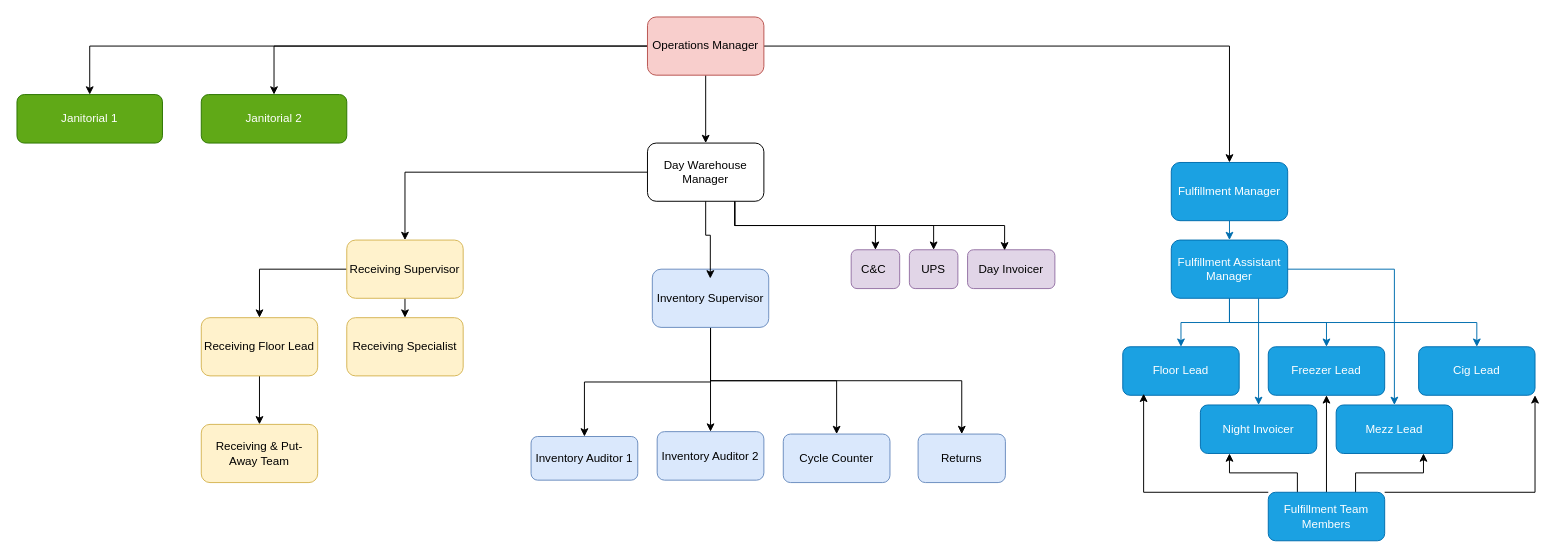
GpBrenden/MyCharts keeps this draw.io diagram as page "MT WH" (3 of 3) of Untitled Diagram.drawio. Above is the earlier version. Source tidied: cells renumbered, new cells numbered last; positions are measured from the earlier drawing's top-left corner, leaving out a move shared by most shapes. Both pictures are drawn from the tidied source at 97%, with x=0, y=0 at pixel (16, 16).
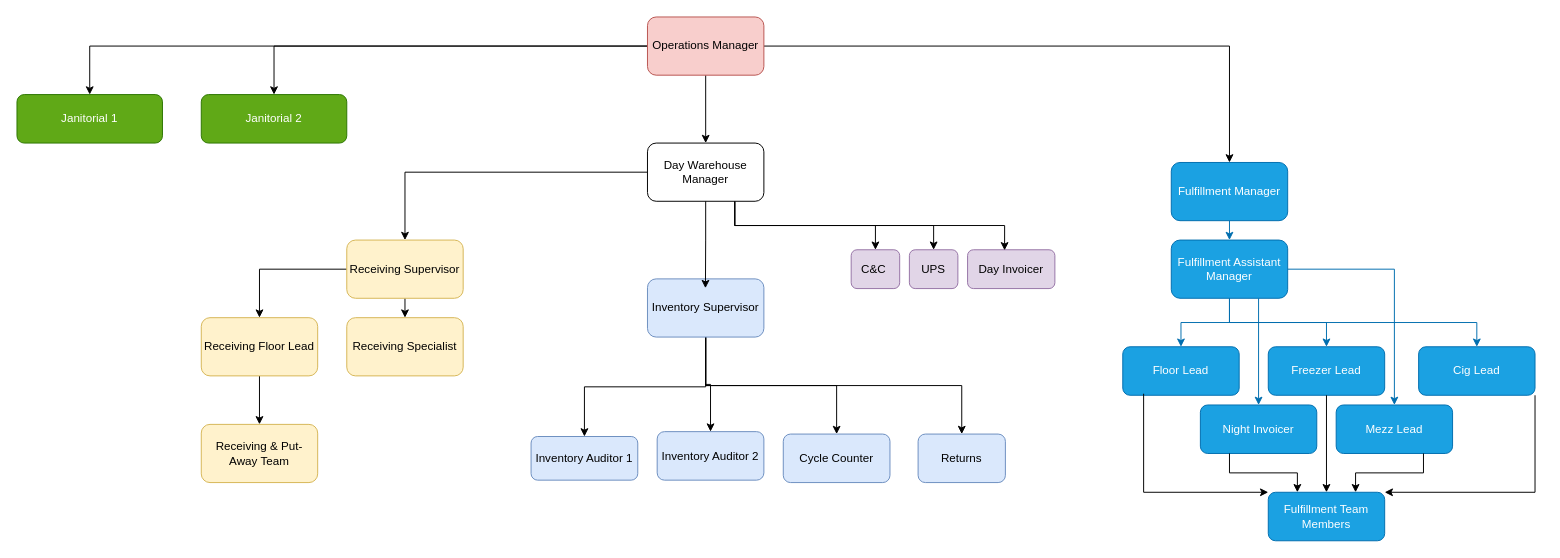
The same diagram, later.

The change refers to these unchanged cells:
```xml
<mxCell id="40" value="Freezer Lead" style="rounded=1;whiteSpace=wrap;html=1;fillColor=#1ba1e2;fontColor=#ffffff;strokeColor=#006EAF;" parent="1" vertex="1">
  <mxGeometry x="1290" y="340" width="120" height="50" as="geometry" />
</mxCell>
<mxCell id="41" value="Night Invoicer" style="rounded=1;whiteSpace=wrap;html=1;fillColor=#1ba1e2;fontColor=#ffffff;strokeColor=#006EAF;" parent="1" vertex="1">
  <mxGeometry x="1220" y="400" width="120" height="50" as="geometry" />
</mxCell>
<mxCell id="42" value="Cig Lead" style="rounded=1;whiteSpace=wrap;html=1;fillColor=#1ba1e2;fontColor=#ffffff;strokeColor=#006EAF;" parent="1" vertex="1">
  <mxGeometry x="1445" y="340" width="120" height="50" as="geometry" />
</mxCell>
<mxCell id="43" value="Floor Lead" style="rounded=1;whiteSpace=wrap;html=1;fillColor=#1ba1e2;fontColor=#ffffff;strokeColor=#006EAF;" parent="1" vertex="1">
  <mxGeometry x="1140" y="340" width="120" height="50" as="geometry" />
</mxCell>
<mxCell id="44" value="Mezz Lead" style="rounded=1;whiteSpace=wrap;html=1;fillColor=#1ba1e2;fontColor=#ffffff;strokeColor=#006EAF;" parent="1" vertex="1">
  <mxGeometry x="1360" y="400" width="120" height="50" as="geometry" />
</mxCell>
<mxCell id="51" value="Fulfillment Team Members" style="rounded=1;whiteSpace=wrap;html=1;fillColor=#1ba1e2;fontColor=#ffffff;strokeColor=#006EAF;" parent="1" vertex="1">
  <mxGeometry x="1290" y="490" width="120" height="50" as="geometry" />
</mxCell>
```

What changed in the source:
```diff
@@
     <mxCell id="18" value="Inventory Supervisor" style="rounded=1;whiteSpace=wrap;html=1;fillColor=#dae8fc;strokeColor=#6c8ebf;" parent="1" vertex="1">
-      <mxGeometry x="655" y="260" width="120" height="60" as="geometry" />
+      <mxGeometry x="650" y="270" width="120" height="60" as="geometry" />
     </mxCell>
@@
-    <mxCell id="47" style="edgeStyle=orthogonalEdgeStyle;rounded=0;jettySize=auto;html=1;exitX=1;exitY=0;exitDx=0;exitDy=0;entryX=1;entryY=1;entryDx=0;entryDy=0;" parent="1" edge="1" source="51" target="42">
+    <mxCell id="47" style="edgeStyle=orthogonalEdgeStyle;rounded=0;jettySize=auto;html=1;exitX=1;exitY=0;exitDx=0;exitDy=0;entryX=1;entryY=1;entryDx=0;entryDy=0;startArrow=classic;startFill=1;endArrow=none;endFill=0;" parent="1" edge="1" source="51" target="42">
       <mxGeometry relative="1" as="geometry">
         <Array as="points">
           <mxPoint x="1565" y="490" />
         </Array>
       </mxGeometry>
     </mxCell>
-    <mxCell id="48" style="edgeStyle=orthogonalEdgeStyle;rounded=0;jettySize=auto;html=1;exitX=0.25;exitY=0;exitDx=0;exitDy=0;entryX=0.25;entryY=1;entryDx=0;entryDy=0;" parent="1" edge="1" source="51" target="41">
+    <mxCell id="48" style="edgeStyle=orthogonalEdgeStyle;rounded=0;jettySize=auto;html=1;exitX=0.25;exitY=0;exitDx=0;exitDy=0;entryX=0.25;entryY=1;entryDx=0;entryDy=0;endArrow=none;endFill=0;startArrow=classic;startFill=1;" parent="1" edge="1" source="51" target="41">
       <mxGeometry relative="1" as="geometry" />
     </mxCell>
-    <mxCell id="49" style="edgeStyle=orthogonalEdgeStyle;rounded=0;jettySize=auto;html=1;exitX=0.75;exitY=0;exitDx=0;exitDy=0;entryX=0.75;entryY=1;entryDx=0;entryDy=0;" parent="1" edge="1" source="51" target="44">
+    <mxCell id="49" style="edgeStyle=orthogonalEdgeStyle;rounded=0;jettySize=auto;html=1;exitX=0.75;exitY=0;exitDx=0;exitDy=0;entryX=0.75;entryY=1;entryDx=0;entryDy=0;startArrow=classic;startFill=1;endArrow=none;endFill=0;" parent="1" edge="1" source="51" target="44">
       <mxGeometry relative="1" as="geometry" />
     </mxCell>
-    <mxCell id="50" style="edgeStyle=orthogonalEdgeStyle;rounded=0;jettySize=auto;html=1;exitX=0.5;exitY=0;exitDx=0;exitDy=0;entryX=0.5;entryY=1;entryDx=0;entryDy=0;" parent="1" edge="1" source="51" target="40">
+    <mxCell id="50" style="edgeStyle=orthogonalEdgeStyle;rounded=0;jettySize=auto;html=1;exitX=0.5;exitY=0;exitDx=0;exitDy=0;entryX=0.5;entryY=1;entryDx=0;entryDy=0;startArrow=classic;startFill=1;endArrow=none;endFill=0;" parent="1" edge="1" source="51" target="40">
       <mxGeometry relative="1" as="geometry" />
     </mxCell>
@@
-    <mxCell id="52" style="edgeStyle=orthogonalEdgeStyle;rounded=0;jettySize=auto;html=1;exitX=0;exitY=0;exitDx=0;exitDy=0;entryX=0.179;entryY=0.968;entryDx=0;entryDy=0;entryPerimeter=0;" parent="1" edge="1" source="51" target="43">
+    <mxCell id="52" style="edgeStyle=orthogonalEdgeStyle;rounded=0;jettySize=auto;html=1;exitX=0;exitY=0;exitDx=0;exitDy=0;entryX=0.179;entryY=0.968;entryDx=0;entryDy=0;entryPerimeter=0;endArrow=none;endFill=0;startArrow=classic;startFill=1;" parent="1" edge="1" source="51" target="43">
       <mxGeometry relative="1" as="geometry">
         <Array as="points">
           <mxPoint x="1161" y="490" />
         </Array>
       </mxGeometry>
     </mxCell>
```
